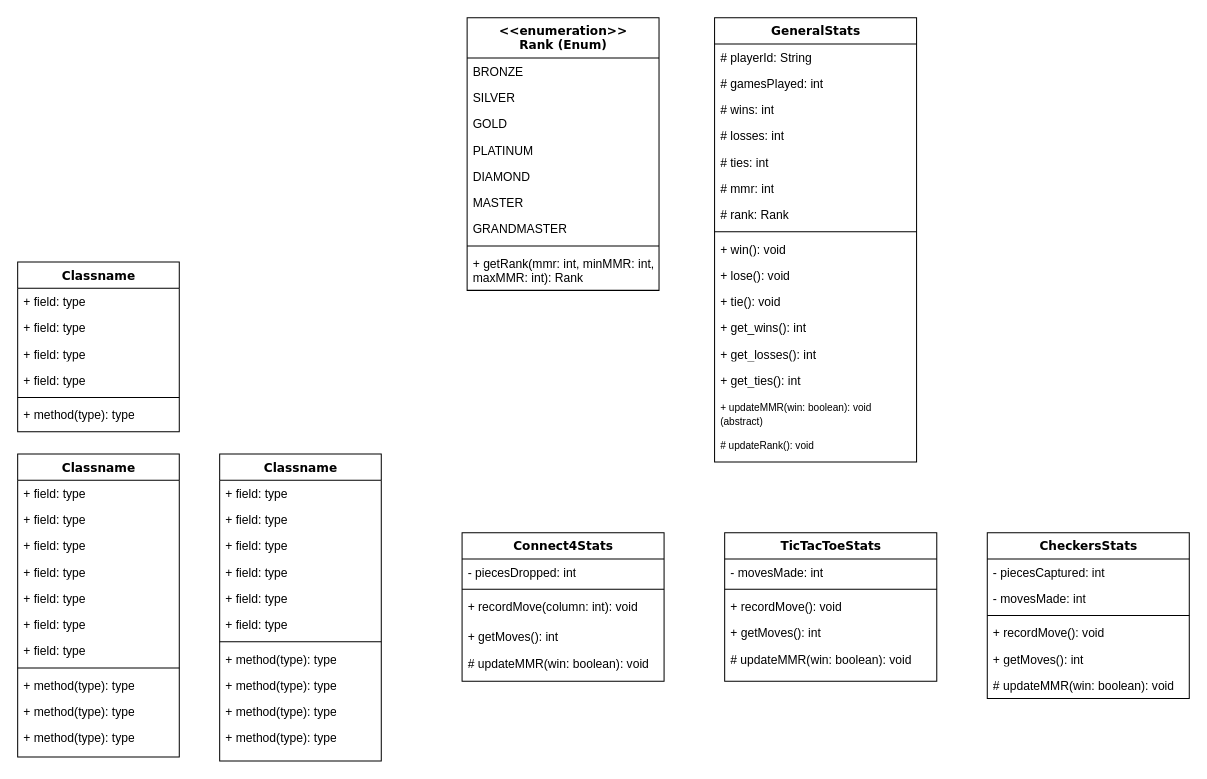
This is Structure Diagram/Leaderboard_and_Matchmaking_Structure_Diagram.drawio from farshadislam/Socketed-Multigame-GUI, a draw.io file, before an edit. Source tidied: cells renumbered, new cells numbered last; positions are measured from the earlier drawing's top-left corner, leaving out a move shared by most shapes. Both pictures are drawn from the tidied source at 101%, with x=0, y=0 at pixel (17, 17).
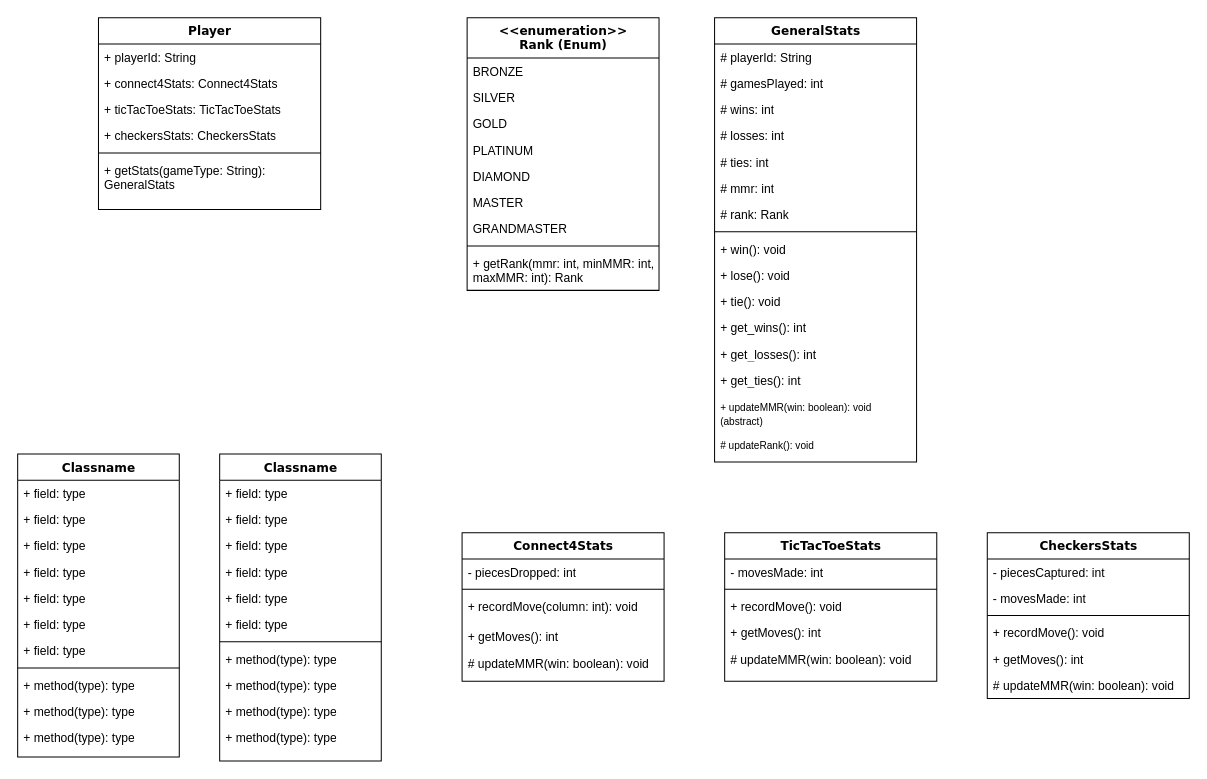
After the change.

Commit message:
added our the player class, (this is not the full player class, just what we need from such a class, and what we do with such a class), the other teams will be using this in more detail

What changed in the source:
```diff
@@
-    <mxCell id="54" value="Classname" style="swimlane;html=1;fontStyle=1;align=center;verticalAlign=top;horizontal=1;startSize=26;swimlaneFillColor=#ffffff;rounded=0;shadow=0;comic=0;labelBackgroundColor=none;strokeWidth=1;fillColor=none;fontFamily=Verdana;fontSize=12;" parent="1" vertex="1">
-      <mxGeometry y="242" width="160" height="168" as="geometry" />
+    <mxCell id="54" value="Player" style="swimlane;html=1;fontStyle=1;align=center;verticalAlign=top;horizontal=1;startSize=26;swimlaneFillColor=#ffffff;rounded=0;shadow=0;comic=0;labelBackgroundColor=none;strokeWidth=1;fillColor=none;fontFamily=Verdana;fontSize=12;" parent="1" vertex="1">
+      <mxGeometry x="80" width="220" height="190" as="geometry" />
     </mxCell>
-    <mxCell id="55" value="+ field: type" style="text;html=1;strokeColor=none;fillColor=none;align=left;verticalAlign=top;spacingLeft=4;spacingRight=4;whiteSpace=wrap;overflow=hidden;" parent="54" vertex="1">
-      <mxGeometry y="26" width="160" height="26" as="geometry" />
+    <mxCell id="55" value="+ playerId: String" style="text;html=1;strokeColor=none;fillColor=none;align=left;verticalAlign=top;spacingLeft=4;spacingRight=4;whiteSpace=wrap;overflow=hidden;" parent="54" vertex="1">
+      <mxGeometry y="26" width="220" height="26" as="geometry" />
     </mxCell>
-    <mxCell id="56" value="+ field: type" style="text;html=1;strokeColor=none;fillColor=none;align=left;verticalAlign=top;spacingLeft=4;spacingRight=4;whiteSpace=wrap;overflow=hidden;" parent="54" vertex="1">
-      <mxGeometry y="52" width="160" height="26" as="geometry" />
+    <mxCell id="56" value="+ connect4Stats: Connect4Stats" style="text;html=1;strokeColor=none;fillColor=none;align=left;verticalAlign=top;spacingLeft=4;spacingRight=4;whiteSpace=wrap;overflow=hidden;" parent="54" vertex="1">
+      <mxGeometry y="52" width="220" height="26" as="geometry" />
     </mxCell>
-    <mxCell id="57" value="+ field: type" style="text;html=1;strokeColor=none;fillColor=none;align=left;verticalAlign=top;spacingLeft=4;spacingRight=4;whiteSpace=wrap;overflow=hidden;" parent="54" vertex="1">
-      <mxGeometry y="78" width="160" height="26" as="geometry" />
+    <mxCell id="57" value="+ ticTacToeStats: TicTacToeStats" style="text;html=1;strokeColor=none;fillColor=none;align=left;verticalAlign=top;spacingLeft=4;spacingRight=4;whiteSpace=wrap;overflow=hidden;" parent="54" vertex="1">
+      <mxGeometry y="78" width="220" height="26" as="geometry" />
     </mxCell>
-    <mxCell id="58" value="+ field: type" style="text;html=1;strokeColor=none;fillColor=none;align=left;verticalAlign=top;spacingLeft=4;spacingRight=4;whiteSpace=wrap;overflow=hidden;" parent="54" vertex="1">
-      <mxGeometry y="104" width="160" height="26" as="geometry" />
+    <mxCell id="58" value="+ checkersStats: CheckersStats" style="text;html=1;strokeColor=none;fillColor=none;align=left;verticalAlign=top;spacingLeft=4;spacingRight=4;whiteSpace=wrap;overflow=hidden;" parent="54" vertex="1">
+      <mxGeometry y="104" width="220" height="26" as="geometry" />
     </mxCell>
     <mxCell id="59" style="line;html=1;strokeWidth=1;fillColor=none;align=left;verticalAlign=middle;spacingTop=-1;spacingLeft=3;spacingRight=3;labelPosition=right;" parent="54" vertex="1">
-      <mxGeometry y="130" width="160" height="8" as="geometry" />
+      <mxGeometry y="130" width="220" height="8" as="geometry" />
     </mxCell>
-    <mxCell id="60" value="+ method(type): type" style="text;html=1;strokeColor=none;fillColor=none;align=left;verticalAlign=top;spacingLeft=4;spacingRight=4;whiteSpace=wrap;overflow=hidden;" parent="54" vertex="1">
-      <mxGeometry y="138" width="160" height="26" as="geometry" />
+    <mxCell id="60" value="+ getStats(gameType: String): GeneralStats" style="text;html=1;strokeColor=none;fillColor=none;align=left;verticalAlign=top;spacingLeft=4;spacingRight=4;whiteSpace=wrap;overflow=hidden;" parent="54" vertex="1">
+      <mxGeometry y="138" width="220" height="42" as="geometry" />
     </mxCell>
```
